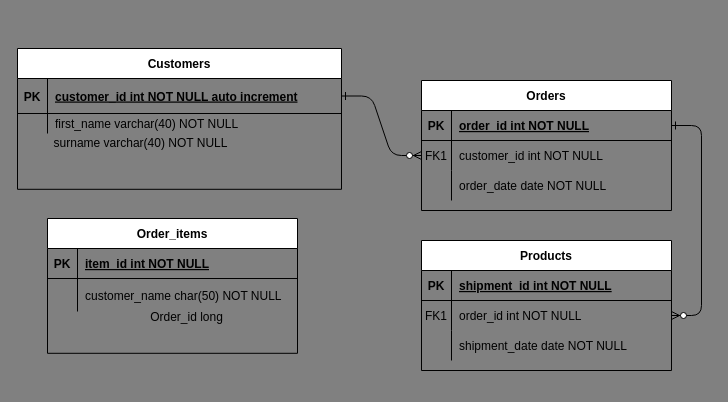
Before: Untitled Diagram.drawio in sarahkgh/IMS-Starter, a draw.io diagram. Source tidied: cells renumbered, new cells numbered last; positions are measured from the earlier drawing's top-left corner, leaving out a move shared by most shapes. Both pictures are drawn from the tidied source at 100%, with x=0, y=0 at pixel (17, 48).
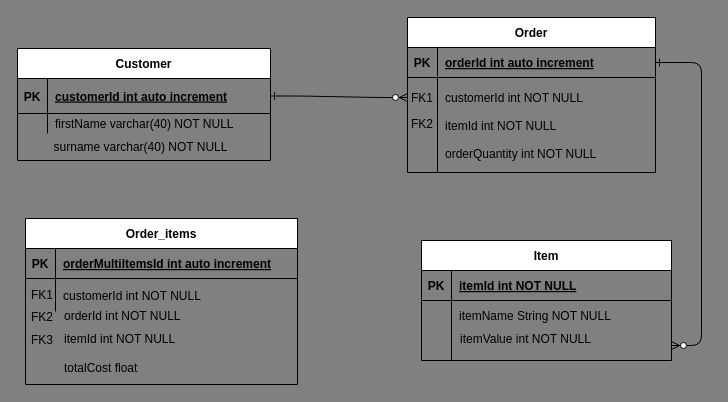
The same page after the edit.

The change refers to these unchanged cells:
```xml
<mxCell id="15" style="shape=partialRectangle;fillColor=none;top=0;left=0;right=0;bottom=1;" parent="14" vertex="1">
  <mxGeometry y="30" width="250" height="30" as="geometry" />
</mxCell>
```

What changed in the source:
```diff
@@
-    <mxCell id="4" value="Orders" style="shape=table;startSize=30;childLayout=tableLayout;rowLines=0;fontStyle=1;align=center;" parent="1" vertex="1">
-      <mxGeometry x="404" y="32" width="250" height="130" as="geometry" />
+    <mxCell id="4" value="Order" style="shape=table;startSize=30;childLayout=tableLayout;rowLines=0;fontStyle=1;align=center;" parent="1" vertex="1">
+      <mxGeometry x="390" y="-31" width="248" height="155" as="geometry" />
     </mxCell>
     <mxCell id="5" style="shape=partialRectangle;fillColor=none;points=[[0,0.5],[1,0.5]];portConstraint=eastwest;top=0;left=0;right=0;bottom=1;" parent="4" vertex="1">
-      <mxGeometry y="30" width="250" height="30" as="geometry" />
+      <mxGeometry y="30" width="248" height="30" as="geometry" />
     </mxCell>
@@
-    <mxCell id="7" value="order_id int NOT NULL " style="shape=partialRectangle;overflow=hidden;fillColor=none;top=0;left=0;bottom=0;right=0;align=left;spacingLeft=6;fontStyle=5;" parent="5" vertex="1">
-      <mxGeometry x="30" width="220" height="30" as="geometry" />
+    <mxCell id="7" value="orderId int auto increment" style="shape=partialRectangle;overflow=hidden;fillColor=none;top=0;left=0;bottom=0;right=0;align=left;spacingLeft=6;fontStyle=5;" parent="5" vertex="1">
+      <mxGeometry x="30" width="218" height="30" as="geometry" />
     </mxCell>
     <mxCell id="8" style="shape=partialRectangle;fillColor=none;points=[[0,0.5],[1,0.5]];portConstraint=eastwest;top=0;left=0;right=0;bottom=0;" parent="4" vertex="1">
-      <mxGeometry y="60" width="250" height="30" as="geometry" />
+      <mxGeometry y="60" width="248" height="40" as="geometry" />
     </mxCell>
     <mxCell id="9" value="FK1" style="shape=partialRectangle;overflow=hidden;fillColor=none;top=0;left=0;bottom=0;right=0;" parent="8" vertex="1">
-      <mxGeometry width="30" height="30" as="geometry" />
+      <mxGeometry width="30" height="40" as="geometry" />
     </mxCell>
-    <mxCell id="10" value="customer_id int NOT NULL" style="shape=partialRectangle;overflow=hidden;fillColor=none;top=0;left=0;bottom=0;right=0;align=left;spacingLeft=6;" parent="8" vertex="1">
-      <mxGeometry x="30" width="220" height="30" as="geometry" />
+    <mxCell id="10" value="customerId int NOT NULL" style="shape=partialRectangle;overflow=hidden;fillColor=none;top=0;left=0;bottom=0;right=0;align=left;spacingLeft=6;" parent="8" vertex="1">
+      <mxGeometry x="30" width="218" height="40" as="geometry" />
     </mxCell>
     <mxCell id="11" style="shape=partialRectangle;fillColor=none;top=0;left=0;right=0;bottom=0;" parent="4" vertex="1">
-      <mxGeometry y="90" width="250" height="30" as="geometry" />
+      <mxGeometry y="100" width="248" height="55" as="geometry" />
     </mxCell>
     <mxCell id="12" style="shape=partialRectangle;overflow=hidden;fillColor=none;top=0;left=0;bottom=0;right=0;" parent="11" vertex="1">
-      <mxGeometry width="30" height="30" as="geometry" />
+      <mxGeometry width="30" height="55" as="geometry" />
     </mxCell>
-    <mxCell id="13" value="order_date date NOT NULL" style="shape=partialRectangle;overflow=hidden;fillColor=none;top=0;left=0;bottom=0;right=0;align=left;spacingLeft=6;" parent="11" vertex="1">
-      <mxGeometry x="30" width="220" height="30" as="geometry" />
+    <mxCell id="13" value="itemId int NOT NULL&#10;&#10;orderQuantity int NOT NULL&#10;" style="shape=partialRectangle;overflow=hidden;fillColor=none;top=0;left=0;bottom=0;right=0;align=left;spacingLeft=6;" parent="11" vertex="1">
+      <mxGeometry x="30" width="218" height="55" as="geometry" />
     </mxCell>
-    <mxCell id="14" value="Products" style="shape=table;startSize=30;childLayout=tableLayout;rowLines=0;fontStyle=1;align=center;" parent="1" vertex="1">
-      <mxGeometry x="404" y="192" width="250" height="130" as="geometry" />
+    <mxCell id="14" value="Item" style="shape=table;startSize=30;childLayout=tableLayout;rowLines=0;fontStyle=1;align=center;" parent="1" vertex="1">
+      <mxGeometry x="404" y="192" width="250" height="120" as="geometry" />
     </mxCell>
@@
-    <mxCell id="17" value="shipment_id int NOT NULL " style="shape=partialRectangle;overflow=hidden;fillColor=none;top=0;left=0;bottom=0;right=0;align=left;spacingLeft=6;fontStyle=5;" parent="15" vertex="1">
+    <mxCell id="17" value="itemId int NOT NULL " style="shape=partialRectangle;overflow=hidden;fillColor=none;top=0;left=0;bottom=0;right=0;align=left;spacingLeft=6;fontStyle=5;" parent="15" vertex="1">
       <mxGeometry x="30" width="220" height="30" as="geometry" />
     </mxCell>
+    <mxCell id="21" style="shape=partialRectangle;fillColor=none;top=0;left=0;right=0;bottom=0;" parent="14" vertex="1">
+      <mxGeometry y="60" width="250" height="30" as="geometry" />
+    </mxCell>
+    <mxCell id="22" style="shape=partialRectangle;overflow=hidden;fillColor=none;top=0;left=0;bottom=0;right=0;" parent="21" vertex="1">
+      <mxGeometry width="30" height="30" as="geometry" />
+    </mxCell>
+    <mxCell id="23" value="itemName String NOT NULL" style="shape=partialRectangle;overflow=hidden;fillColor=none;top=0;left=0;bottom=0;right=0;align=left;spacingLeft=6;" parent="21" vertex="1">
+      <mxGeometry x="30" width="220" height="30" as="geometry" />
+    </mxCell>
     <mxCell id="18" style="shape=partialRectangle;fillColor=none;points=[[0,0.5],[1,0.5]];portConstraint=eastwest;top=0;left=0;right=0;bottom=0;" parent="14" vertex="1">
-      <mxGeometry y="60" width="250" height="30" as="geometry" />
+      <mxGeometry y="90" width="250" height="30" as="geometry" />
     </mxCell>
-    <mxCell id="19" value="FK1" style="shape=partialRectangle;overflow=hidden;fillColor=none;top=0;left=0;bottom=0;right=0;" parent="18" vertex="1">
+    <mxCell id="19" style="shape=partialRectangle;overflow=hidden;fillColor=none;top=0;left=0;bottom=0;right=0;" parent="18" vertex="1">
       <mxGeometry width="30" height="30" as="geometry" />
     </mxCell>
-    <mxCell id="20" value="order_id int NOT NULL" style="shape=partialRectangle;overflow=hidden;fillColor=none;top=0;left=0;bottom=0;right=0;align=left;spacingLeft=6;" parent="18" vertex="1">
+    <mxCell id="20" style="shape=partialRectangle;overflow=hidden;fillColor=none;top=0;left=0;bottom=0;right=0;align=left;spacingLeft=6;" parent="18" vertex="1">
       <mxGeometry x="30" width="220" height="30" as="geometry" />
     </mxCell>
-    <mxCell id="21" style="shape=partialRectangle;fillColor=none;top=0;left=0;right=0;bottom=0;" parent="14" vertex="1">
-      <mxGeometry y="90" width="250" height="30" as="geometry" />
-    </mxCell>
-    <mxCell id="22" style="shape=partialRectangle;overflow=hidden;fillColor=none;top=0;left=0;bottom=0;right=0;" parent="21" vertex="1">
-      <mxGeometry width="30" height="30" as="geometry" />
-    </mxCell>
-    <mxCell id="23" value="shipment_date date NOT NULL" style="shape=partialRectangle;overflow=hidden;fillColor=none;top=0;left=0;bottom=0;right=0;align=left;spacingLeft=6;" parent="21" vertex="1">
-      <mxGeometry x="30" width="220" height="30" as="geometry" />
-    </mxCell>
-    <mxCell id="24" value="Customers" style="shape=table;startSize=30;childLayout=tableLayout;rowLines=0;fontStyle=1;align=center;" parent="1" vertex="1">
-      <mxGeometry width="324" height="140.8" as="geometry" />
+    <mxCell id="24" value="Customer" style="shape=table;startSize=30;childLayout=tableLayout;rowLines=0;fontStyle=1;align=center;" parent="1" vertex="1">
+      <mxGeometry width="253" height="112" as="geometry" />
     </mxCell>
     <mxCell id="25" style="shape=partialRectangle;fillColor=none;points=[[0,0.5],[1,0.5]];portConstraint=eastwest;top=0;left=0;right=0;bottom=1;" parent="24" vertex="1">
-      <mxGeometry y="30" width="324" height="35" as="geometry" />
+      <mxGeometry y="30" width="253" height="35" as="geometry" />
     </mxCell>
@@
-    <mxCell id="27" value="customer_id int NOT NULL auto increment" style="shape=partialRectangle;overflow=hidden;fillColor=none;top=0;left=0;bottom=0;right=0;align=left;spacingLeft=6;fontStyle=5;" parent="25" vertex="1">
-      <mxGeometry x="30" width="294" height="35" as="geometry" />
+    <mxCell id="27" value="customerId int auto increment" style="shape=partialRectangle;overflow=hidden;fillColor=none;top=0;left=0;bottom=0;right=0;align=left;spacingLeft=6;fontStyle=5;" parent="25" vertex="1">
+      <mxGeometry x="30" width="223" height="35" as="geometry" />
     </mxCell>
     <mxCell id="28" style="shape=partialRectangle;fillColor=none;top=0;left=0;right=0;bottom=0;" parent="24" vertex="1">
-      <mxGeometry y="65" width="324" height="20" as="geometry" />
+      <mxGeometry y="65" width="253" height="20" as="geometry" />
     </mxCell>
@@
-    <mxCell id="30" value="first_name varchar(40) NOT NULL" style="shape=partialRectangle;overflow=hidden;fillColor=none;top=0;left=0;bottom=0;right=0;align=left;spacingLeft=6;" parent="28" vertex="1">
-      <mxGeometry x="30" width="294" height="20" as="geometry" />
+    <mxCell id="30" value="firstName varchar(40) NOT NULL" style="shape=partialRectangle;overflow=hidden;fillColor=none;top=0;left=0;bottom=0;right=0;align=left;spacingLeft=6;" parent="28" vertex="1">
+      <mxGeometry x="30" width="223" height="20" as="geometry" />
     </mxCell>
     <mxCell id="31" value="Order_items" style="shape=table;startSize=30;childLayout=tableLayout;rowLines=0;fontStyle=1;align=center;" parent="1" vertex="1">
-      <mxGeometry x="30" y="170" width="250" height="134.8" as="geometry" />
+      <mxGeometry x="8" y="170" width="272" height="166" as="geometry" />
     </mxCell>
     <mxCell id="32" style="shape=partialRectangle;fillColor=none;top=0;left=0;right=0;bottom=1;" parent="31" vertex="1">
-      <mxGeometry y="30" width="250" height="30" as="geometry" />
+      <mxGeometry y="30" width="272" height="30" as="geometry" />
     </mxCell>
@@
-    <mxCell id="34" value="item_id int NOT NULL " style="shape=partialRectangle;overflow=hidden;fillColor=none;top=0;left=0;bottom=0;right=0;align=left;spacingLeft=6;fontStyle=5;" parent="32" vertex="1">
-      <mxGeometry x="30" width="220" height="30" as="geometry" />
+    <mxCell id="34" value="orderMultiItemsId int auto increment" style="shape=partialRectangle;overflow=hidden;fillColor=none;top=0;left=0;bottom=0;right=0;align=left;spacingLeft=6;fontStyle=5;" parent="32" vertex="1">
+      <mxGeometry x="30" width="242" height="30" as="geometry" />
     </mxCell>
     <mxCell id="35" style="shape=partialRectangle;fillColor=none;top=0;left=0;right=0;bottom=0;" parent="31" vertex="1">
-      <mxGeometry y="60" width="250" height="33" as="geometry" />
+      <mxGeometry y="60" width="272" height="33" as="geometry" />
     </mxCell>
@@
-    <mxCell id="37" value="customer_name char(50) NOT NULL" style="shape=partialRectangle;overflow=hidden;fillColor=none;top=0;left=0;bottom=0;right=0;align=left;spacingLeft=6;" parent="35" vertex="1">
-      <mxGeometry x="30" width="220" height="33" as="geometry" />
+    <mxCell id="37" value="customerId int NOT NULL" style="shape=partialRectangle;overflow=hidden;fillColor=none;top=0;left=0;bottom=0;right=0;align=left;spacingLeft=6;" parent="35" vertex="1">
+      <mxGeometry x="30" width="242" height="33" as="geometry" />
     </mxCell>
-    <mxCell id="38" value="Order_id long" style="text;html=1;strokeColor=none;fillColor=none;align=center;verticalAlign=middle;whiteSpace=wrap;rounded=0;labelBackgroundColor=none;fontColor=#000000;" parent="1" vertex="1">
-      <mxGeometry x="67" y="254" width="205" height="30" as="geometry" />
+    <mxCell id="38" value="itemId int NOT NULL&lt;br&gt;&lt;br&gt;totalCost float" style="text;html=1;strokeColor=none;fillColor=none;align=left;verticalAlign=middle;whiteSpace=wrap;rounded=0;labelBackgroundColor=none;fontColor=#000000;" parent="1" vertex="1">
+      <mxGeometry x="45" y="278" width="205" height="53" as="geometry" />
     </mxCell>
     <mxCell id="39" value="&lt;font color=&quot;#000000&quot;&gt;surname varchar(40) NOT NULL&lt;/font&gt;" style="text;html=1;strokeColor=none;fillColor=none;align=center;verticalAlign=middle;whiteSpace=wrap;rounded=0;labelBackgroundColor=none;fontColor=#000000;" parent="1" vertex="1">
-      <mxGeometry x="8" y="80" width="231" height="30" as="geometry" />
+      <mxGeometry x="8" y="84" width="231" height="30" as="geometry" />
     </mxCell>
+    <mxCell id="40" value="&lt;span&gt;itemValue int NOT NULL&lt;/span&gt;" style="text;html=1;strokeColor=none;fillColor=none;align=left;verticalAlign=middle;whiteSpace=wrap;rounded=0;labelBackgroundColor=none;fontColor=#000000;" parent="1" vertex="1">
+      <mxGeometry x="441" y="276" width="209" height="30" as="geometry" />
+    </mxCell>
+    <mxCell id="41" value="&lt;span style=&quot;&quot;&gt;orderId int NOT NULL&lt;/span&gt;" style="text;html=1;strokeColor=none;fillColor=none;align=left;verticalAlign=middle;whiteSpace=wrap;rounded=0;labelBackgroundColor=none;fontColor=#000000;" parent="1" vertex="1">
+      <mxGeometry x="45" y="253" width="231" height="30" as="geometry" />
+    </mxCell>
+    <mxCell id="42" value="FK2" style="shape=partialRectangle;overflow=hidden;fillColor=none;top=0;left=0;bottom=0;right=0;" parent="1" vertex="1">
+      <mxGeometry x="390" y="55" width="30" height="40" as="geometry" />
+    </mxCell>
+    <mxCell id="43" value="FK1" style="shape=partialRectangle;overflow=hidden;fillColor=none;top=0;left=0;bottom=0;right=0;" parent="1" vertex="1">
+      <mxGeometry x="10" y="226" width="30" height="40" as="geometry" />
+    </mxCell>
+    <mxCell id="44" value="FK2" style="shape=partialRectangle;overflow=hidden;fillColor=none;top=0;left=0;bottom=0;right=0;" parent="1" vertex="1">
+      <mxGeometry x="10" y="248" width="30" height="40" as="geometry" />
+    </mxCell>
+    <mxCell id="45" value="FK3" style="shape=partialRectangle;overflow=hidden;fillColor=none;top=0;left=0;bottom=0;right=0;" parent="1" vertex="1">
+      <mxGeometry x="10" y="271" width="30" height="40" as="geometry" />
+    </mxCell>
```
